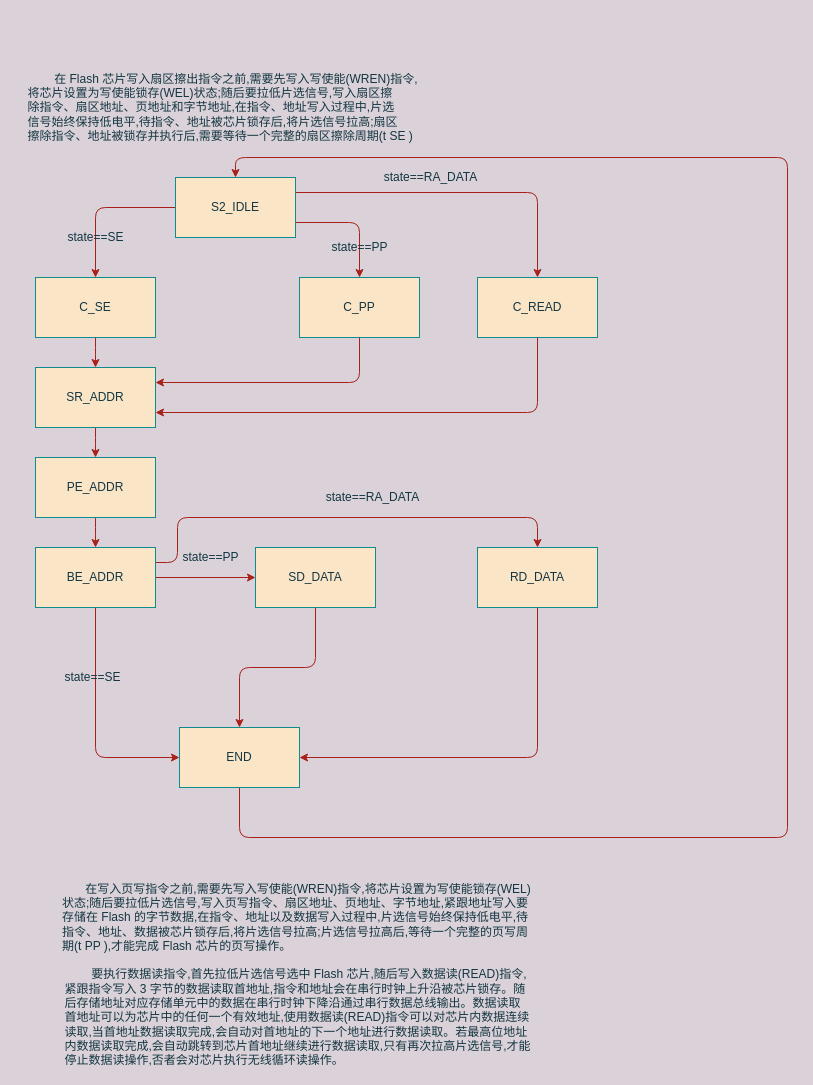
The draw.io diagram cmd sstate.drawio in wu-bai-guo/spi_flash, before the edit. Source tidied: cells renumbered, new cells numbered last; positions are measured from the earlier drawing's top-left corner, leaving out a move shared by most shapes. Both pictures are drawn from the tidied source at 100%, with x=0, y=0 at pixel (17, 67).
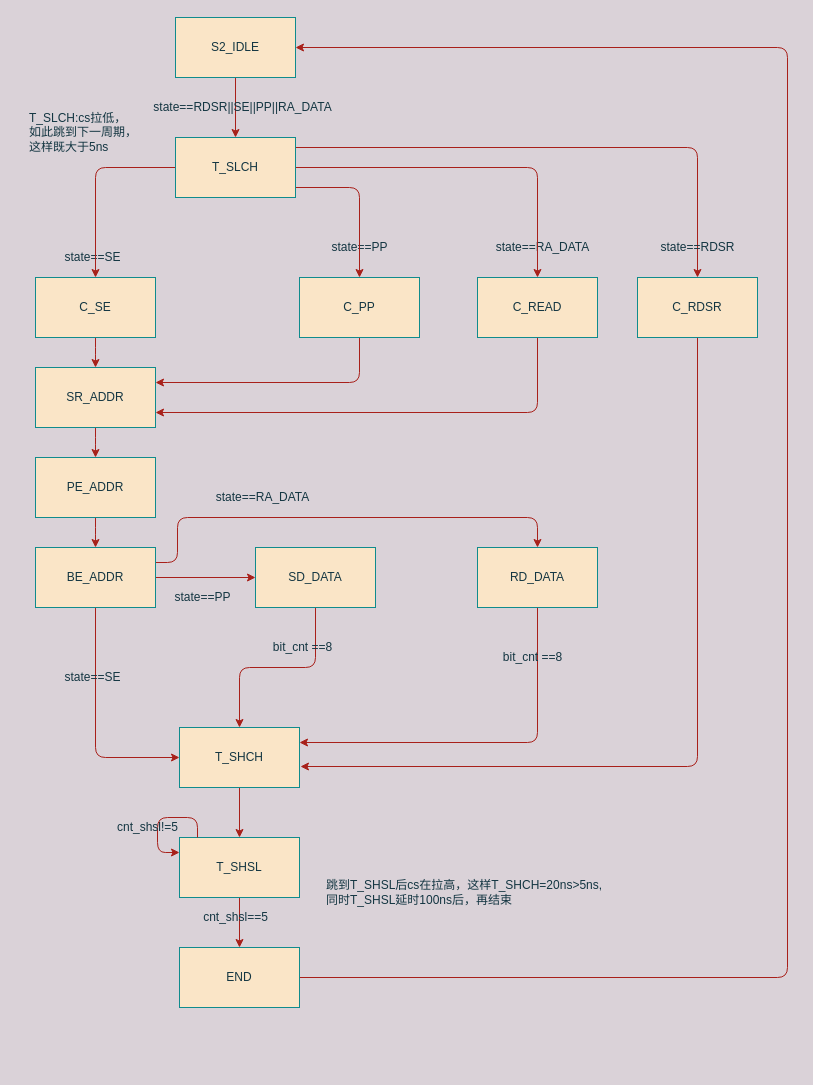
The same diagram, later.

The change refers to these unchanged cells:
```xml
<mxCell id="8" value="C_SE" style="whiteSpace=wrap;html=1;rounded=0;sketch=0;strokeColor=#0F8B8D;fillColor=#FAE5C7;fontColor=#143642;" parent="1" vertex="1">
  <mxGeometry x="18" y="210" width="120" height="60" as="geometry" />
</mxCell>
<mxCell id="16" value="BE_ADDR" style="whiteSpace=wrap;html=1;rounded=0;sketch=0;strokeColor=#0F8B8D;fillColor=#FAE5C7;fontColor=#143642;" parent="1" vertex="1">
  <mxGeometry x="18" y="480" width="120" height="60" as="geometry" />
</mxCell>
<mxCell id="22" value="C_PP" style="whiteSpace=wrap;html=1;rounded=0;sketch=0;strokeColor=#0F8B8D;fillColor=#FAE5C7;fontColor=#143642;" parent="1" vertex="1">
  <mxGeometry x="282" y="210" width="120" height="60" as="geometry" />
</mxCell>
<mxCell id="25" value="SD_DATA" style="whiteSpace=wrap;html=1;rounded=0;sketch=0;strokeColor=#0F8B8D;fillColor=#FAE5C7;fontColor=#143642;" parent="1" vertex="1">
  <mxGeometry x="238" y="480" width="120" height="60" as="geometry" />
</mxCell>
<mxCell id="28" value="C_READ" style="whiteSpace=wrap;html=1;rounded=0;sketch=0;strokeColor=#0F8B8D;fillColor=#FAE5C7;fontColor=#143642;" parent="1" vertex="1">
  <mxGeometry x="460" y="210" width="120" height="60" as="geometry" />
</mxCell>
<mxCell id="32" value="RD_DATA" style="whiteSpace=wrap;html=1;rounded=0;sketch=0;strokeColor=#0F8B8D;fillColor=#FAE5C7;fontColor=#143642;" parent="1" vertex="1">
  <mxGeometry x="460" y="480" width="120" height="60" as="geometry" />
</mxCell>
```

The edit, as a diff of the source:
```diff
@@
-    <mxCell id="2" value="&lt;div align=&quot;left&quot;&gt;&amp;nbsp;&amp;nbsp;&amp;nbsp;&amp;nbsp;&amp;nbsp;&amp;nbsp;&amp;nbsp; 在 Flash 芯片写入扇区擦出指令之前,需要先写入写使能(WREN)指令,&lt;/div&gt;&lt;div align=&quot;left&quot;&gt;将芯片设置为写使能锁存(WEL)状态;随后要拉低片选信号,写入扇区擦&lt;/div&gt;&lt;div align=&quot;left&quot;&gt;除指令、扇区地址、页地址和字节地址,在指令、地址写入过程中,片选&lt;/div&gt;&lt;div align=&quot;left&quot;&gt;信号始终保持低电平,待指令、地址被芯片锁存后,将片选信号拉高;扇区&lt;/div&gt;&lt;div align=&quot;left&quot;&gt;擦除指令、地址被锁存并执行后,需要等待一个完整的扇区擦除周期(t SE )&lt;/div&gt;" style="text;html=1;align=center;verticalAlign=middle;fontColor=#143642;" parent="1" vertex="1">
-      <mxGeometry width="410" height="80" as="geometry" />
-    </mxCell>
-    <mxCell id="3" style="edgeStyle=orthogonalEdgeStyle;curved=0;rounded=1;sketch=0;jettySize=auto;html=1;entryX=0.5;entryY=0;entryDx=0;entryDy=0;strokeColor=#A8201A;fillColor=#FAE5C7;fontColor=#143642;labelBackgroundColor=#DAD2D8;" parent="1" edge="1" source="6" target="8">
-      <mxGeometry relative="1" as="geometry" />
-    </mxCell>
-    <mxCell id="4" style="edgeStyle=orthogonalEdgeStyle;curved=0;rounded=1;sketch=0;jettySize=auto;html=1;entryX=0.5;entryY=0;entryDx=0;entryDy=0;strokeColor=#A8201A;fillColor=#FAE5C7;fontColor=#143642;exitX=1;exitY=0.75;exitDx=0;exitDy=0;labelBackgroundColor=#DAD2D8;" parent="1" edge="1" source="6" target="22">
-      <mxGeometry relative="1" as="geometry" />
-    </mxCell>
-    <mxCell id="5" style="edgeStyle=orthogonalEdgeStyle;curved=0;rounded=1;sketch=0;jettySize=auto;html=1;exitX=1;exitY=0.25;exitDx=0;exitDy=0;strokeColor=#A8201A;fillColor=#FAE5C7;fontColor=#143642;labelBackgroundColor=#DAD2D8;" parent="1" edge="1" source="6" target="28">
-      <mxGeometry relative="1" as="geometry" />
-    </mxCell>
+    <mxCell id="35" style="edgeStyle=orthogonalEdgeStyle;curved=0;rounded=1;sketch=0;jettySize=auto;html=1;entryX=0.5;entryY=0;entryDx=0;entryDy=0;strokeColor=#A8201A;fillColor=#FAE5C7;fontColor=#143642;" parent="1" edge="1" source="6" target="41">
+      <mxGeometry relative="1" as="geometry" />
+    </mxCell>
     <mxCell id="6" value="&lt;div&gt;S2_IDLE&lt;/div&gt;" style="whiteSpace=wrap;html=1;rounded=0;sketch=0;strokeColor=#0F8B8D;fillColor=#FAE5C7;fontColor=#143642;" parent="1" vertex="1">
-      <mxGeometry x="158" y="110" width="120" height="60" as="geometry" />
+      <mxGeometry x="158" y="-50" width="120" height="60" as="geometry" />
     </mxCell>
@@
-    <mxCell id="15" style="edgeStyle=orthogonalEdgeStyle;curved=0;rounded=1;sketch=0;jettySize=auto;html=1;entryX=0;entryY=0.5;entryDx=0;entryDy=0;strokeColor=#A8201A;fillColor=#FAE5C7;fontColor=#143642;" parent="1" edge="1" source="16" target="19">
+    <mxCell id="15" style="edgeStyle=orthogonalEdgeStyle;curved=0;rounded=1;sketch=0;jettySize=auto;html=1;entryX=0;entryY=0.5;entryDx=0;entryDy=0;strokeColor=#A8201A;fillColor=#FAE5C7;fontColor=#143642;labelBackgroundColor=#DAD2D8;" parent="1" edge="1" source="16" target="19">
       <mxGeometry relative="1" as="geometry">
         <Array as="points">
           <mxPoint x="78" y="690" />
         </Array>
       </mxGeometry>
     </mxCell>
@@
-    <mxCell id="17" value="&lt;div align=&quot;left&quot;&gt;&amp;nbsp;&amp;nbsp;&amp;nbsp;&amp;nbsp;&amp;nbsp;&amp;nbsp; 在写入页写指令之前,需要先写入写使能(WREN)指令,将芯片设置为写使能锁存(WEL)&lt;/div&gt;&lt;div align=&quot;left&quot;&gt;状态;随后要拉低片选信号,写入页写指令、扇区地址、页地址、字节地址,紧跟地址写入要&lt;/div&gt;&lt;div align=&quot;left&quot;&gt;存储在 Flash 的字节数据,在指令、地址以及数据写入过程中,片选信号始终保持低电平,待&lt;/div&gt;&lt;div align=&quot;left&quot;&gt;指令、地址、数据被芯片锁存后,将片选信号拉高;片选信号拉高后,等待一个完整的页写周&lt;/div&gt;&lt;div align=&quot;left&quot;&gt;期(t PP ),才能完成 Flash 芯片的页写操作。&lt;/div&gt;" style="text;html=1;align=left;verticalAlign=middle;fontColor=#143642;" parent="1" vertex="1">
-      <mxGeometry x="43" y="810" width="480" height="80" as="geometry" />
-    </mxCell>
-    <mxCell id="18" style="edgeStyle=orthogonalEdgeStyle;curved=0;rounded=1;sketch=0;jettySize=auto;html=1;entryX=0.5;entryY=0;entryDx=0;entryDy=0;strokeColor=#A8201A;fillColor=#FAE5C7;fontColor=#143642;labelBackgroundColor=#DAD2D8;" parent="1" edge="1" source="19" target="6">
-      <mxGeometry relative="1" as="geometry">
-        <Array as="points">
-          <mxPoint x="222" y="770" />
-          <mxPoint x="770" y="770" />
-          <mxPoint x="770" y="90" />
-          <mxPoint x="218" y="90" />
-        </Array>
-      </mxGeometry>
-    </mxCell>
+    <mxCell id="36" style="edgeStyle=orthogonalEdgeStyle;curved=0;rounded=1;sketch=0;jettySize=auto;html=1;entryX=0.5;entryY=0;entryDx=0;entryDy=0;strokeColor=#A8201A;fillColor=#FAE5C7;fontColor=#143642;" parent="1" edge="1" source="19" target="49">
+      <mxGeometry relative="1" as="geometry" />
+    </mxCell>
-    <mxCell id="19" value="END" style="whiteSpace=wrap;html=1;rounded=0;sketch=0;strokeColor=#0F8B8D;fillColor=#FAE5C7;fontColor=#143642;" parent="1" vertex="1">
+    <mxCell id="19" value="T_SHCH" style="whiteSpace=wrap;html=1;rounded=0;sketch=0;strokeColor=#0F8B8D;fillColor=#FAE5C7;fontColor=#143642;" parent="1" vertex="1">
       <mxGeometry x="162" y="660" width="120" height="60" as="geometry" />
     </mxCell>
     <mxCell id="20" value="state==SE" style="text;html=1;align=center;verticalAlign=middle;fontColor=#143642;" parent="1" vertex="1">
-      <mxGeometry x="43" y="160" width="70" height="20" as="geometry" />
+      <mxGeometry x="40" y="180" width="70" height="20" as="geometry" />
     </mxCell>
@@
-    <mxCell id="24" style="edgeStyle=orthogonalEdgeStyle;curved=0;rounded=1;sketch=0;jettySize=auto;html=1;entryX=0.5;entryY=0;entryDx=0;entryDy=0;strokeColor=#A8201A;fillColor=#FAE5C7;fontColor=#143642;" parent="1" edge="1" source="25" target="19">
+    <mxCell id="24" style="edgeStyle=orthogonalEdgeStyle;curved=0;rounded=1;sketch=0;jettySize=auto;html=1;entryX=0.5;entryY=0;entryDx=0;entryDy=0;strokeColor=#A8201A;fillColor=#FAE5C7;fontColor=#143642;labelBackgroundColor=#DAD2D8;" parent="1" edge="1" source="25" target="19">
       <mxGeometry relative="1" as="geometry" />
     </mxCell>
@@
     <mxCell id="26" value="state==PP" style="text;html=1;align=center;verticalAlign=middle;fontColor=#143642;" parent="1" vertex="1">
-      <mxGeometry x="158" y="480" width="70" height="20" as="geometry" />
+      <mxGeometry x="150" y="520" width="70" height="20" as="geometry" />
     </mxCell>
@@
-    <mxCell id="29" value="&lt;div align=&quot;left&quot;&gt;&amp;nbsp;&amp;nbsp;&amp;nbsp;&amp;nbsp;&amp;nbsp;&amp;nbsp;&amp;nbsp; 要执行数据读指令,首先拉低片选信号选中 Flash 芯片,随后写入数据读(READ)指令,&lt;/div&gt;&lt;div align=&quot;left&quot;&gt;紧跟指令写入 3 字节的数据读取首地址,指令和地址会在串行时钟上升沿被芯片锁存。随&lt;/div&gt;&lt;div align=&quot;left&quot;&gt;后存储地址对应存储单元中的数据在串行时钟下降沿通过串行数据总线输出。数据读取&lt;/div&gt;&lt;div align=&quot;left&quot;&gt;首地址可以为芯片中的任何一个有效地址,使用数据读(READ)指令可以对芯片内数据连续&lt;/div&gt;&lt;div align=&quot;left&quot;&gt;读取,当首地址数据读取完成,会自动对首地址的下一个地址进行数据读取。若最高位地址&lt;/div&gt;&lt;div align=&quot;left&quot;&gt;内数据读取完成,会自动跳转到芯片首地址继续进行数据读取,只有再次拉高片选信号,才能&lt;/div&gt;&lt;div align=&quot;left&quot;&gt;停止数据读操作,否者会对芯片执行无线循环读操作。&lt;/div&gt;" style="text;html=1;align=center;verticalAlign=middle;fontColor=#143642;" parent="1" vertex="1">
-      <mxGeometry x="40" y="900" width="480" height="100" as="geometry" />
-    </mxCell>
     <mxCell id="30" value="state==RA_DATA" style="text;html=1;align=center;verticalAlign=middle;fontColor=#143642;" parent="1" vertex="1">
-      <mxGeometry x="358" y="100" width="110" height="20" as="geometry" />
+      <mxGeometry x="470" y="170" width="110" height="20" as="geometry" />
     </mxCell>
-    <mxCell id="31" style="edgeStyle=orthogonalEdgeStyle;curved=0;rounded=1;sketch=0;jettySize=auto;html=1;entryX=1;entryY=0.5;entryDx=0;entryDy=0;strokeColor=#A8201A;fillColor=#FAE5C7;fontColor=#143642;labelBackgroundColor=#DAD2D8;" parent="1" edge="1" source="32" target="19">
+    <mxCell id="31" style="edgeStyle=orthogonalEdgeStyle;curved=0;rounded=1;sketch=0;jettySize=auto;html=1;entryX=1;entryY=0.25;entryDx=0;entryDy=0;strokeColor=#A8201A;fillColor=#FAE5C7;fontColor=#143642;" parent="1" edge="1" source="32" target="19">
       <mxGeometry relative="1" as="geometry">
         <Array as="points">
-          <mxPoint x="520" y="690" />
+          <mxPoint x="520" y="675" />
         </Array>
       </mxGeometry>
     </mxCell>
@@
     <mxCell id="33" value="state==RA_DATA" style="text;html=1;align=center;verticalAlign=middle;fontColor=#143642;" parent="1" vertex="1">
-      <mxGeometry x="300" y="420" width="110" height="20" as="geometry" />
+      <mxGeometry x="190" y="420" width="110" height="20" as="geometry" />
     </mxCell>
@@
+    <mxCell id="37" style="edgeStyle=orthogonalEdgeStyle;curved=0;rounded=1;sketch=0;jettySize=auto;html=1;entryX=0.5;entryY=0;entryDx=0;entryDy=0;strokeColor=#A8201A;fillColor=#FAE5C7;fontColor=#143642;" parent="1" edge="1" source="41" target="8">
+      <mxGeometry relative="1" as="geometry" />
+    </mxCell>
+    <mxCell id="38" style="edgeStyle=orthogonalEdgeStyle;curved=0;rounded=1;sketch=0;jettySize=auto;html=1;entryX=0.5;entryY=0;entryDx=0;entryDy=0;strokeColor=#A8201A;fillColor=#FAE5C7;fontColor=#143642;" parent="1" edge="1" source="41" target="22">
+      <mxGeometry relative="1" as="geometry">
+        <Array as="points">
+          <mxPoint x="342" y="120" />
+        </Array>
+      </mxGeometry>
+    </mxCell>
+    <mxCell id="39" style="edgeStyle=orthogonalEdgeStyle;curved=0;rounded=1;sketch=0;jettySize=auto;html=1;entryX=0.5;entryY=0;entryDx=0;entryDy=0;strokeColor=#A8201A;fillColor=#FAE5C7;fontColor=#143642;" parent="1" edge="1" source="41" target="28">
+      <mxGeometry relative="1" as="geometry">
+        <Array as="points">
+          <mxPoint x="520" y="100" />
+        </Array>
+      </mxGeometry>
+    </mxCell>
+    <mxCell id="40" style="edgeStyle=orthogonalEdgeStyle;curved=0;rounded=1;sketch=0;jettySize=auto;html=1;entryX=0.5;entryY=0;entryDx=0;entryDy=0;strokeColor=#A8201A;fillColor=#FAE5C7;fontColor=#143642;" parent="1" edge="1" source="41" target="44">
+      <mxGeometry relative="1" as="geometry">
+        <Array as="points">
+          <mxPoint x="680" y="80" />
+        </Array>
+      </mxGeometry>
+    </mxCell>
+    <mxCell id="41" value="T_SLCH" style="whiteSpace=wrap;html=1;rounded=0;sketch=0;strokeColor=#0F8B8D;fillColor=#FAE5C7;fontColor=#143642;" parent="1" vertex="1">
+      <mxGeometry x="158" y="70" width="120" height="60" as="geometry" />
+    </mxCell>
+    <mxCell id="42" value="state==RDSR||SE||PP||RA_DATA" style="text;html=1;align=center;verticalAlign=middle;fontColor=#143642;" parent="1" vertex="1">
+      <mxGeometry x="130" y="30" width="190" height="20" as="geometry" />
+    </mxCell>
+    <mxCell id="43" style="edgeStyle=orthogonalEdgeStyle;curved=0;rounded=1;sketch=0;jettySize=auto;html=1;entryX=1.008;entryY=0.65;entryDx=0;entryDy=0;entryPerimeter=0;strokeColor=#A8201A;fillColor=#FAE5C7;fontColor=#143642;" parent="1" edge="1" source="44" target="19">
+      <mxGeometry relative="1" as="geometry">
+        <Array as="points">
+          <mxPoint x="680" y="699" />
+        </Array>
+      </mxGeometry>
+    </mxCell>
+    <mxCell id="44" value="C_RDSR" style="whiteSpace=wrap;html=1;rounded=0;sketch=0;strokeColor=#0F8B8D;fillColor=#FAE5C7;fontColor=#143642;" parent="1" vertex="1">
+      <mxGeometry x="620" y="210" width="120" height="60" as="geometry" />
+    </mxCell>
+    <mxCell id="45" value="state==RDSR" style="text;html=1;align=center;verticalAlign=middle;fontColor=#143642;" parent="1" vertex="1">
+      <mxGeometry x="635" y="170" width="90" height="20" as="geometry" />
+    </mxCell>
+    <mxCell id="46" style="edgeStyle=orthogonalEdgeStyle;curved=0;rounded=1;sketch=0;jettySize=auto;html=1;entryX=1;entryY=0.5;entryDx=0;entryDy=0;strokeColor=#A8201A;fillColor=#FAE5C7;fontColor=#143642;" parent="1" edge="1" source="47" target="6">
+      <mxGeometry relative="1" as="geometry">
+        <Array as="points">
+          <mxPoint x="770" y="910" />
+          <mxPoint x="770" y="-20" />
+        </Array>
+      </mxGeometry>
+    </mxCell>
+    <mxCell id="47" value="END" style="whiteSpace=wrap;html=1;rounded=0;sketch=0;strokeColor=#0F8B8D;fillColor=#FAE5C7;fontColor=#143642;" parent="1" vertex="1">
+      <mxGeometry x="162" y="880" width="120" height="60" as="geometry" />
+    </mxCell>
+    <mxCell id="48" style="edgeStyle=orthogonalEdgeStyle;curved=0;rounded=1;sketch=0;jettySize=auto;html=1;entryX=0.5;entryY=0;entryDx=0;entryDy=0;strokeColor=#A8201A;fillColor=#FAE5C7;fontColor=#143642;" parent="1" edge="1" source="49" target="47">
+      <mxGeometry relative="1" as="geometry" />
+    </mxCell>
+    <mxCell id="49" value="T_SHSL" style="whiteSpace=wrap;html=1;rounded=0;sketch=0;strokeColor=#0F8B8D;fillColor=#FAE5C7;fontColor=#143642;" parent="1" vertex="1">
+      <mxGeometry x="162" y="770" width="120" height="60" as="geometry" />
+    </mxCell>
+    <mxCell id="50" value="bit_cnt ==8" style="text;html=1;align=center;verticalAlign=middle;fontColor=#143642;" parent="1" vertex="1">
+      <mxGeometry x="250" y="570" width="70" height="20" as="geometry" />
+    </mxCell>
+    <mxCell id="51" value="bit_cnt ==8" style="text;html=1;align=center;verticalAlign=middle;fontColor=#143642;" parent="1" vertex="1">
+      <mxGeometry x="480" y="580" width="70" height="20" as="geometry" />
+    </mxCell>
+    <mxCell id="52" value="&lt;div align=&quot;left&quot;&gt;T_SLCH:cs拉低，&lt;/div&gt;&lt;div align=&quot;left&quot;&gt;如此跳到下一周期，&lt;/div&gt;&lt;div align=&quot;left&quot;&gt;这样既大于5ns&lt;br&gt;&lt;/div&gt;" style="text;html=1;align=left;verticalAlign=middle;fontColor=#143642;" parent="1" vertex="1">
+      <mxGeometry x="10" y="40" width="120" height="50" as="geometry" />
+    </mxCell>
+    <mxCell id="53" value="&lt;div&gt;跳到T_SHSL后cs在拉高，这样T_SHCH=20ns&amp;gt;5ns,&lt;/div&gt;&lt;div&gt;同时T_SHSL延时100ns后，再结束&lt;br&gt;&lt;/div&gt;" style="text;html=1;align=left;verticalAlign=middle;fontColor=#143642;" parent="1" vertex="1">
+      <mxGeometry x="307" y="810" width="290" height="30" as="geometry" />
+    </mxCell>
+    <mxCell id="54" value="cnt_shsl==5" style="text;html=1;align=center;verticalAlign=middle;fontColor=#143642;" parent="1" vertex="1">
+      <mxGeometry x="178" y="840" width="80" height="20" as="geometry" />
+    </mxCell>
+    <mxCell id="55" style="edgeStyle=orthogonalEdgeStyle;curved=0;rounded=1;sketch=0;orthogonalLoop=1;jettySize=auto;html=1;entryX=0;entryY=0.25;entryDx=0;entryDy=0;strokeColor=#A8201A;fillColor=#FAE5C7;fontColor=#143642;" parent="1" edge="1" source="49" target="49">
+      <mxGeometry relative="1" as="geometry">
+        <Array as="points">
+          <mxPoint x="180" y="750" />
+          <mxPoint x="140" y="750" />
+          <mxPoint x="140" y="785" />
+        </Array>
+      </mxGeometry>
+    </mxCell>
+    <mxCell id="56" value="cnt_shsl!=5" style="text;html=1;align=center;verticalAlign=middle;fontColor=#143642;" parent="1" vertex="1">
+      <mxGeometry x="90" y="750" width="80" height="20" as="geometry" />
+    </mxCell>
```
